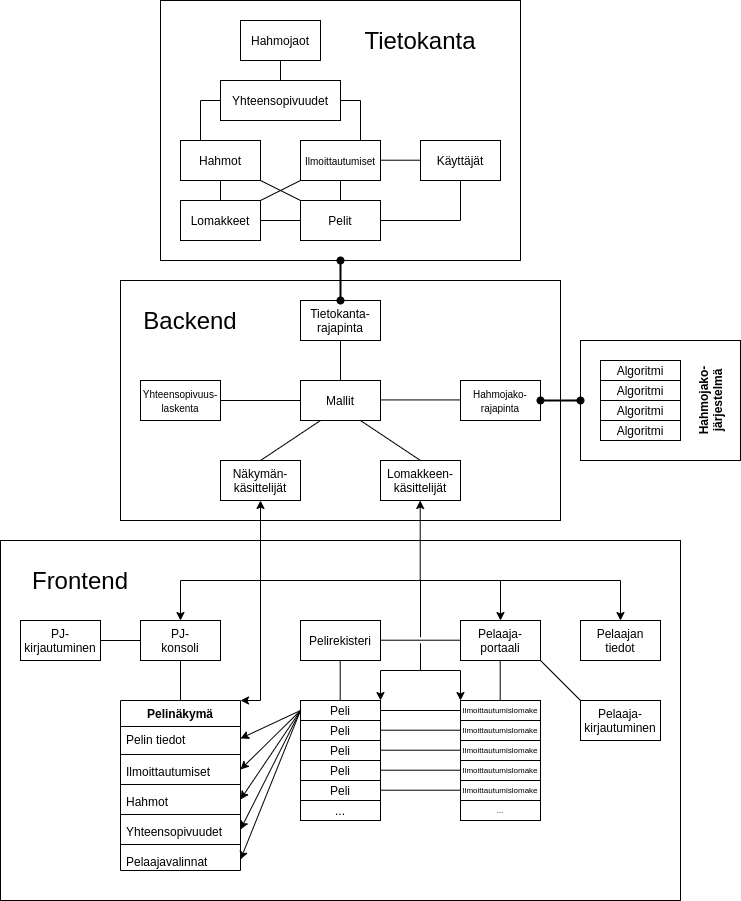
Above: dokumentaatio/kuvat/LARP-portaali_rakenne.png in vmarttil/LARP-portaali (draw.io), before the change. Source tidied: cells renumbered, new cells last; positions are measured from the earlier drawing's top-left corner, leaving out a move shared by most shapes.
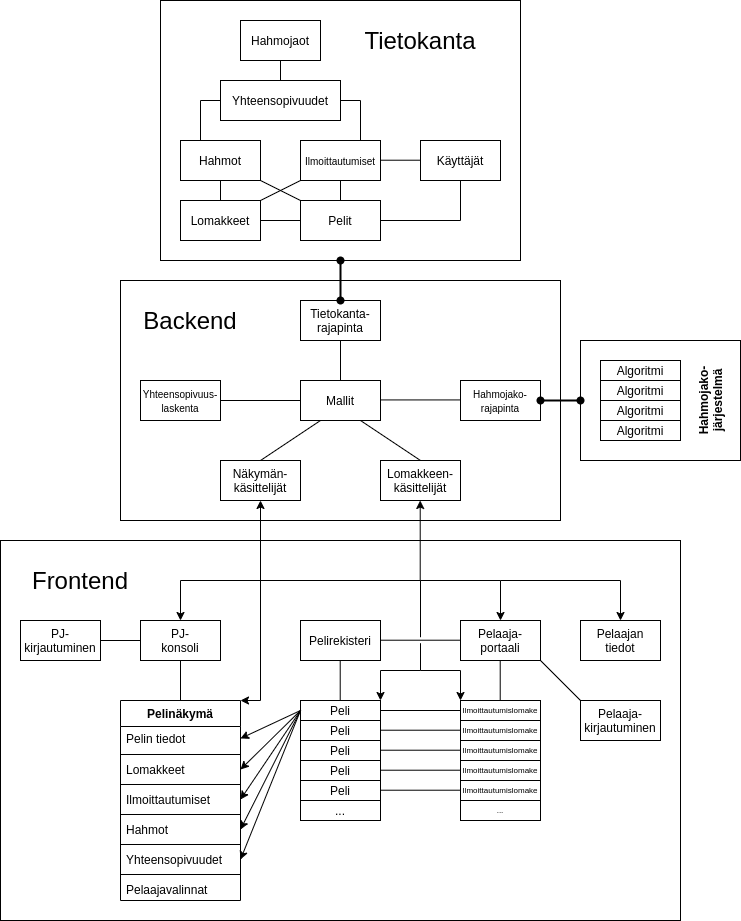
After the commit.

Commit message:
Muokattu rakennekaaviota

The edit, as a diff of the source:
```diff
@@ -12,7 +12,7 @@
       <mxGeometry x="120" y="280" width="440" height="240" as="geometry" />
     </mxCell>
     <mxCell id="5" style="rounded=0;whiteSpace=wrap;html=1;" parent="1" vertex="1">
-      <mxGeometry y="540" width="680" height="360" as="geometry" />
+      <mxGeometry y="540" width="680" height="380" as="geometry" />
     </mxCell>
     <mxCell id="6" value="PJ-&lt;br&gt;konsoli" style="rounded=0;whiteSpace=wrap;html=1;" parent="1" vertex="1">
       <mxGeometry x="140" y="620" width="80" height="40" as="geometry" />
@@ -260,104 +260,110 @@
       <mxGeometry relative="1" as="geometry" />
     </mxCell>
     <mxCell id="66" value="Pelinäkymä" style="swimlane;fontStyle=1;align=center;verticalAlign=top;horizontal=1;startSize=26;" parent="1" vertex="1">
-      <mxGeometry x="120" y="700" width="120" height="170" as="geometry" />
+      <mxGeometry x="120" y="700" width="120" height="200" as="geometry" />
     </mxCell>
-    <mxCell id="67" value="Pelin tiedot" style="text;strokeColor=none;fillColor=none;align=left;verticalAlign=top;spacingLeft=4;spacingRight=4;overflow=hidden;points=[[0,0.5],[1,0.5]];portConstraint=eastwest;" parent="66" vertex="1">
+    <mxCell id="67" value="Pelin tiedot" style="text;strokeColor=none;fillColor=none;align=left;verticalAlign=middle;spacingLeft=4;spacingRight=4;overflow=hidden;points=[[0,0.5],[1,0.5]];portConstraint=eastwest;" parent="66" vertex="1">
       <mxGeometry y="26" width="120" height="24" as="geometry" />
     </mxCell>
     <mxCell id="68" style="line;strokeWidth=1;fillColor=none;align=left;verticalAlign=middle;spacingTop=-1;spacingLeft=3;spacingRight=3;labelPosition=right;" parent="66" vertex="1">
       <mxGeometry y="50" width="120" height="8" as="geometry" />
     </mxCell>
-    <mxCell id="69" value="Ilmoittautumiset" style="text;strokeColor=none;fillColor=none;align=left;verticalAlign=top;spacingLeft=4;spacingRight=4;overflow=hidden;points=[[0,0.5],[1,0.5]];portConstraint=eastwest;" parent="66" vertex="1">
+    <mxCell id="69" value="Lomakkeet" style="text;strokeColor=none;fillColor=none;align=left;verticalAlign=middle;spacingLeft=4;spacingRight=4;overflow=hidden;points=[[0,0.5],[1,0.5]];portConstraint=eastwest;" parent="66" vertex="1">
       <mxGeometry y="58" width="120" height="22" as="geometry" />
     </mxCell>
     <mxCell id="70" style="line;strokeWidth=1;fillColor=none;align=left;verticalAlign=middle;spacingTop=-1;spacingLeft=3;spacingRight=3;labelPosition=right;" parent="66" vertex="1">
       <mxGeometry y="80" width="120" height="8" as="geometry" />
     </mxCell>
-    <mxCell id="71" value="Hahmot" style="text;strokeColor=none;fillColor=none;align=left;verticalAlign=top;spacingLeft=4;spacingRight=4;overflow=hidden;points=[[0,0.5],[1,0.5]];portConstraint=eastwest;" parent="66" vertex="1">
+    <mxCell id="71" value="Ilmoittautumiset" style="text;strokeColor=none;fillColor=none;align=left;verticalAlign=middle;spacingLeft=4;spacingRight=4;overflow=hidden;points=[[0,0.5],[1,0.5]];portConstraint=eastwest;" parent="66" vertex="1">
       <mxGeometry y="88" width="120" height="22" as="geometry" />
     </mxCell>
     <mxCell id="72" style="line;strokeWidth=1;fillColor=none;align=left;verticalAlign=middle;spacingTop=-1;spacingLeft=3;spacingRight=3;labelPosition=right;" parent="66" vertex="1">
       <mxGeometry y="110" width="120" height="8" as="geometry" />
     </mxCell>
-    <mxCell id="73" value="Yhteensopivuudet" style="text;strokeColor=none;fillColor=none;align=left;verticalAlign=top;spacingLeft=4;spacingRight=4;overflow=hidden;points=[[0,0.5],[1,0.5]];portConstraint=eastwest;" parent="66" vertex="1">
+    <mxCell id="73" value="Hahmot" style="text;strokeColor=none;fillColor=none;align=left;verticalAlign=middle;spacingLeft=4;spacingRight=4;overflow=hidden;points=[[0,0.5],[1,0.5]];portConstraint=eastwest;" parent="66" vertex="1">
       <mxGeometry y="118" width="120" height="22" as="geometry" />
     </mxCell>
     <mxCell id="74" style="line;strokeWidth=1;fillColor=none;align=left;verticalAlign=middle;spacingTop=-1;spacingLeft=3;spacingRight=3;labelPosition=right;" parent="66" vertex="1">
       <mxGeometry y="140" width="120" height="8" as="geometry" />
     </mxCell>
-    <mxCell id="75" value="Pelaajavalinnat" style="text;strokeColor=none;fillColor=none;align=left;verticalAlign=top;spacingLeft=4;spacingRight=4;overflow=hidden;points=[[0,0.5],[1,0.5]];portConstraint=eastwest;" parent="66" vertex="1">
+    <mxCell id="75" value="Yhteensopivuudet" style="text;strokeColor=none;fillColor=none;align=left;verticalAlign=middle;spacingLeft=4;spacingRight=4;overflow=hidden;points=[[0,0.5],[1,0.5]];portConstraint=eastwest;" parent="66" vertex="1">
       <mxGeometry y="148" width="120" height="22" as="geometry" />
     </mxCell>
-    <mxCell id="76" value="Pelit" style="rounded=0;whiteSpace=wrap;html=1;" parent="1" vertex="1">
-      <mxGeometry x="300" y="200" width="80" height="40" as="geometry" />
+    <mxCell id="76" style="line;strokeWidth=1;fillColor=none;align=left;verticalAlign=middle;spacingTop=-1;spacingLeft=3;spacingRight=3;labelPosition=right;points=[];portConstraint=eastwest;" parent="66" vertex="1">
+      <mxGeometry y="170" width="120" height="8" as="geometry" />
     </mxCell>
-    <mxCell id="77" value="Lomakkeet" style="rounded=0;whiteSpace=wrap;html=1;" parent="1" vertex="1">
-      <mxGeometry x="180" y="200" width="80" height="40" as="geometry" />
+    <mxCell id="77" value="Pelaajavalinnat" style="text;strokeColor=none;fillColor=none;align=left;verticalAlign=middle;spacingLeft=4;spacingRight=4;overflow=hidden;points=[[0,0.5],[1,0.5]];portConstraint=eastwest;" parent="66" vertex="1">
+      <mxGeometry y="178" width="120" height="22" as="geometry" />
     </mxCell>
-    <mxCell id="78" value="Hahmot" style="rounded=0;whiteSpace=wrap;html=1;" parent="1" vertex="1">
-      <mxGeometry x="180" y="140" width="80" height="40" as="geometry" />
+    <mxCell id="78" value="Pelit" style="rounded=0;whiteSpace=wrap;html=1;" parent="1" vertex="1">
+      <mxGeometry x="300" y="200" width="80" height="40" as="geometry" />
     </mxCell>
-    <mxCell id="79" value="&lt;font style=&quot;font-size: 10px&quot;&gt;Ilmoittautumiset&lt;/font&gt;" style="rounded=0;whiteSpace=wrap;html=1;" parent="1" vertex="1">
-      <mxGeometry x="300" y="140" width="80" height="40" as="geometry" />
+    <mxCell id="79" value="Lomakkeet" style="rounded=0;whiteSpace=wrap;html=1;" parent="1" vertex="1">
+      <mxGeometry x="180" y="200" width="80" height="40" as="geometry" />
     </mxCell>
-    <mxCell id="80" value="Yhteensopivuudet" style="rounded=0;whiteSpace=wrap;html=1;" parent="1" vertex="1">
-      <mxGeometry x="220" y="80" width="120" height="40" as="geometry" />
+    <mxCell id="80" value="Hahmot" style="rounded=0;whiteSpace=wrap;html=1;" parent="1" vertex="1">
+      <mxGeometry x="180" y="140" width="80" height="40" as="geometry" />
     </mxCell>
-    <mxCell id="81" value="Hahmojaot" style="rounded=0;whiteSpace=wrap;html=1;" parent="1" vertex="1">
-      <mxGeometry x="240" y="20" width="80" height="40" as="geometry" />
+    <mxCell id="81" value="&lt;font style=&quot;font-size: 10px&quot;&gt;Ilmoittautumiset&lt;/font&gt;" style="rounded=0;whiteSpace=wrap;html=1;" parent="1" vertex="1">
+      <mxGeometry x="300" y="140" width="80" height="40" as="geometry" />
     </mxCell>
-    <mxCell id="82" value="&lt;font style=&quot;font-size: 12px&quot;&gt;Käyttäjät&lt;/font&gt;" style="rounded=0;whiteSpace=wrap;html=1;" parent="1" vertex="1">
-      <mxGeometry x="420" y="140" width="80" height="40" as="geometry" />
+    <mxCell id="82" value="Yhteensopivuudet" style="rounded=0;whiteSpace=wrap;html=1;" parent="1" vertex="1">
+      <mxGeometry x="220" y="80" width="120" height="40" as="geometry" />
     </mxCell>
-    <mxCell id="83" style="endArrow=oval;html=1;fontSize=24;exitX=0.5;exitY=0;exitDx=0;exitDy=0;entryX=0.5;entryY=1;entryDx=0;entryDy=0;startArrow=oval;startFill=1;endFill=1;strokeWidth=2;" parent="1" edge="1" source="52" target="2">
-      <mxGeometry relative="1" as="geometry" />
+    <mxCell id="83" value="Hahmojaot" style="rounded=0;whiteSpace=wrap;html=1;" parent="1" vertex="1">
+      <mxGeometry x="240" y="20" width="80" height="40" as="geometry" />
     </mxCell>
-    <mxCell id="84" style="endArrow=oval;html=1;fontSize=24;exitX=0.5;exitY=0;exitDx=0;exitDy=0;entryX=0;entryY=0.5;entryDx=0;entryDy=0;startArrow=oval;startFill=1;endFill=1;strokeWidth=2;" parent="1" edge="1" target="3">
-      <mxGeometry relative="1" as="geometry">
-        <mxPoint x="540" y="400" as="sourcePoint" />
-      </mxGeometry>
+    <mxCell id="84" value="&lt;font style=&quot;font-size: 12px&quot;&gt;Käyttäjät&lt;/font&gt;" style="rounded=0;whiteSpace=wrap;html=1;" parent="1" vertex="1">
+      <mxGeometry x="420" y="140" width="80" height="40" as="geometry" />
     </mxCell>
-    <mxCell id="85" value="Hahmojako-&lt;br&gt;järjestelmä" style="text;html=1;strokeColor=none;fillColor=none;align=center;verticalAlign=middle;whiteSpace=wrap;rounded=0;fontSize=12;fontStyle=1;rotation=-90;" parent="1" vertex="1">
-      <mxGeometry x="670" y="380" width="80" height="40" as="geometry" />
+    <mxCell id="85" style="endArrow=oval;html=1;fontSize=24;exitX=0.5;exitY=0;exitDx=0;exitDy=0;entryX=0.5;entryY=1;entryDx=0;entryDy=0;startArrow=oval;startFill=1;endFill=1;strokeWidth=2;" parent="1" edge="1" source="52" target="2">
+      <mxGeometry relative="1" as="geometry" />
     </mxCell>
-    <mxCell id="86" value="Tietokanta" style="text;html=1;strokeColor=none;fillColor=none;align=center;verticalAlign=middle;whiteSpace=wrap;rounded=0;fontSize=24;" parent="1" vertex="1">
-      <mxGeometry x="340" y="20" width="160" height="40" as="geometry" />
+    <mxCell id="86" style="endArrow=oval;html=1;fontSize=24;exitX=0.5;exitY=0;exitDx=0;exitDy=0;entryX=0;entryY=0.5;entryDx=0;entryDy=0;startArrow=oval;startFill=1;endFill=1;strokeWidth=2;" parent="1" edge="1" target="3">
+      <mxGeometry relative="1" as="geometry">
+        <mxPoint x="540" y="400" as="sourcePoint" />
+      </mxGeometry>
     </mxCell>
-    <mxCell id="87" style="endArrow=none;html=1;strokeWidth=1;fontSize=12;exitX=1;exitY=0.5;exitDx=0;exitDy=0;entryX=0;entryY=0.5;entryDx=0;entryDy=0;" parent="1" edge="1" source="77" target="76">
-      <mxGeometry relative="1" as="geometry" />
+    <mxCell id="87" value="Hahmojako-&lt;br&gt;järjestelmä" style="text;html=1;strokeColor=none;fillColor=none;align=center;verticalAlign=middle;whiteSpace=wrap;rounded=0;fontSize=12;fontStyle=1;rotation=-90;" parent="1" vertex="1">
+      <mxGeometry x="670" y="380" width="80" height="40" as="geometry" />
     </mxCell>
-    <mxCell id="88" style="endArrow=none;html=1;strokeWidth=1;fontSize=12;exitX=0.5;exitY=1;exitDx=0;exitDy=0;entryX=0.5;entryY=0;entryDx=0;entryDy=0;" parent="1" edge="1" source="79" target="76">
-      <mxGeometry relative="1" as="geometry" />
+    <mxCell id="88" value="Tietokanta" style="text;html=1;strokeColor=none;fillColor=none;align=center;verticalAlign=middle;whiteSpace=wrap;rounded=0;fontSize=24;" parent="1" vertex="1">
+      <mxGeometry x="340" y="20" width="160" height="40" as="geometry" />
     </mxCell>
-    <mxCell id="89" style="endArrow=none;html=1;strokeWidth=1;fontSize=12;exitX=0.5;exitY=1;exitDx=0;exitDy=0;entryX=0.5;entryY=0;entryDx=0;entryDy=0;" parent="1" edge="1" source="78" target="77">
+    <mxCell id="89" style="endArrow=none;html=1;strokeWidth=1;fontSize=12;exitX=1;exitY=0.5;exitDx=0;exitDy=0;entryX=0;entryY=0.5;entryDx=0;entryDy=0;" parent="1" edge="1" source="79" target="78">
       <mxGeometry relative="1" as="geometry" />
     </mxCell>
-    <mxCell id="90" style="endArrow=none;html=1;strokeWidth=1;fontSize=12;exitX=0;exitY=1;exitDx=0;exitDy=0;" parent="1" edge="1" source="79" target="77">
+    <mxCell id="90" style="endArrow=none;html=1;strokeWidth=1;fontSize=12;exitX=0.5;exitY=1;exitDx=0;exitDy=0;entryX=0.5;entryY=0;entryDx=0;entryDy=0;" parent="1" edge="1" source="81" target="78">
       <mxGeometry relative="1" as="geometry" />
     </mxCell>
-    <mxCell id="91" style="endArrow=none;html=1;strokeWidth=1;fontSize=12;exitX=0;exitY=0;exitDx=0;exitDy=0;entryX=1;entryY=1;entryDx=0;entryDy=0;" parent="1" edge="1" source="76" target="78">
+    <mxCell id="91" style="endArrow=none;html=1;strokeWidth=1;fontSize=12;exitX=0.5;exitY=1;exitDx=0;exitDy=0;entryX=0.5;entryY=0;entryDx=0;entryDy=0;" parent="1" edge="1" source="80" target="79">
       <mxGeometry relative="1" as="geometry" />
     </mxCell>
-    <mxCell id="92" style="endArrow=none;html=1;strokeWidth=1;fontSize=12;exitX=1;exitY=0.5;exitDx=0;exitDy=0;entryX=0.75;entryY=0;entryDx=0;entryDy=0;edgeStyle=orthogonalEdgeStyle;rounded=0;" parent="1" edge="1" source="80" target="79">
+    <mxCell id="92" style="endArrow=none;html=1;strokeWidth=1;fontSize=12;exitX=0;exitY=1;exitDx=0;exitDy=0;" parent="1" edge="1" source="81" target="79">
       <mxGeometry relative="1" as="geometry" />
     </mxCell>
-    <mxCell id="93" style="endArrow=none;html=1;strokeWidth=1;fontSize=12;exitX=0;exitY=0.5;exitDx=0;exitDy=0;entryX=0.75;entryY=0;entryDx=0;entryDy=0;edgeStyle=orthogonalEdgeStyle;rounded=0;" parent="1" edge="1" source="80">
-      <mxGeometry relative="1" as="geometry">
-        <mxPoint x="200" y="140" as="targetPoint" />
-      </mxGeometry>
+    <mxCell id="93" style="endArrow=none;html=1;strokeWidth=1;fontSize=12;exitX=0;exitY=0;exitDx=0;exitDy=0;entryX=1;entryY=1;entryDx=0;entryDy=0;" parent="1" edge="1" source="78" target="80">
+      <mxGeometry relative="1" as="geometry" />
     </mxCell>
-    <mxCell id="94" style="endArrow=none;html=1;strokeWidth=1;fontSize=12;exitX=0.5;exitY=0;exitDx=0;exitDy=0;entryX=0.5;entryY=1;entryDx=0;entryDy=0;" parent="1" edge="1" source="80" target="81">
+    <mxCell id="94" style="endArrow=none;html=1;strokeWidth=1;fontSize=12;exitX=1;exitY=0.5;exitDx=0;exitDy=0;entryX=0.75;entryY=0;entryDx=0;entryDy=0;edgeStyle=orthogonalEdgeStyle;rounded=0;" parent="1" edge="1" source="82" target="81">
       <mxGeometry relative="1" as="geometry" />
     </mxCell>
-    <mxCell id="95" style="endArrow=none;html=1;strokeWidth=1;fontSize=12;exitX=1;exitY=0.5;exitDx=0;exitDy=0;entryX=0;entryY=0.5;entryDx=0;entryDy=0;" parent="1" edge="1">
+    <mxCell id="95" style="endArrow=none;html=1;strokeWidth=1;fontSize=12;exitX=0;exitY=0.5;exitDx=0;exitDy=0;entryX=0.75;entryY=0;entryDx=0;entryDy=0;edgeStyle=orthogonalEdgeStyle;rounded=0;" parent="1" edge="1" source="82">
       <mxGeometry relative="1" as="geometry">
-        <mxPoint x="380" y="159.7" as="sourcePoint" />
-        <mxPoint x="420" y="159.7" as="targetPoint" />
+        <mxPoint x="200" y="140" as="targetPoint" />
       </mxGeometry>
     </mxCell>
-    <mxCell id="96" style="endArrow=none;html=1;strokeWidth=1;fontSize=12;entryX=0.5;entryY=1;entryDx=0;entryDy=0;exitX=1;exitY=0.5;exitDx=0;exitDy=0;edgeStyle=orthogonalEdgeStyle;rounded=0;" parent="1" edge="1" source="76" target="82">
+    <mxCell id="96" style="endArrow=none;html=1;strokeWidth=1;fontSize=12;exitX=0.5;exitY=0;exitDx=0;exitDy=0;entryX=0.5;entryY=1;entryDx=0;entryDy=0;" parent="1" edge="1" source="82" target="83">
       <mxGeometry relative="1" as="geometry" />
     </mxCell>
+    <mxCell id="97" style="endArrow=none;html=1;strokeWidth=1;fontSize=12;exitX=1;exitY=0.5;exitDx=0;exitDy=0;entryX=0;entryY=0.5;entryDx=0;entryDy=0;" parent="1" edge="1">
+      <mxGeometry relative="1" as="geometry">
+        <mxPoint x="380" y="159.7" as="sourcePoint" />
+        <mxPoint x="420" y="159.7" as="targetPoint" />
+      </mxGeometry>
+    </mxCell>
+    <mxCell id="98" style="endArrow=none;html=1;strokeWidth=1;fontSize=12;entryX=0.5;entryY=1;entryDx=0;entryDy=0;exitX=1;exitY=0.5;exitDx=0;exitDy=0;edgeStyle=orthogonalEdgeStyle;rounded=0;" parent="1" edge="1" source="78" target="84">
+      <mxGeometry relative="1" as="geometry" />
+    </mxCell>
   </root>
 </mxGraphModel>
```
